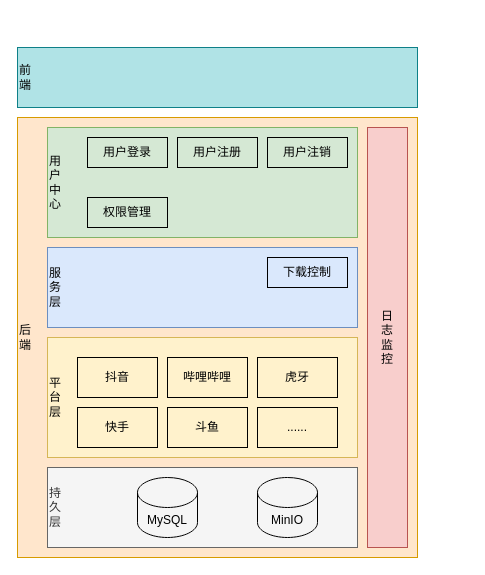
This is page "逻辑视图" (3 of 6) of docs/design/social_media_stream_downloader.drawio from WangYan-Good/SocialMediaStreamDownloader, a draw.io file, before an edit. Source tidied: cells renumbered, new cells numbered last; positions are measured from the earlier drawing's top-left corner, leaving out a move shared by most shapes. Both pictures are drawn from the tidied source at 100%, with x=0, y=0 at pixel (17, 47).
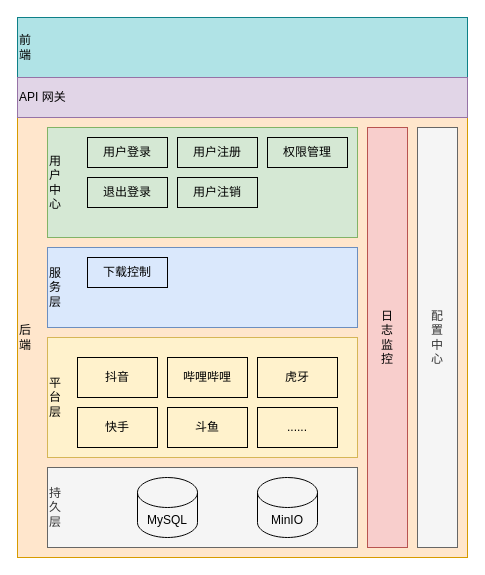
The same diagram, later.

What changed in the source:
```diff
@@
     <mxCell id="2" value="后&lt;br&gt;端" style="rounded=0;whiteSpace=wrap;html=1;fillColor=#ffe6cc;align=left;strokeColor=#d79b00;" parent="1" vertex="1">
-      <mxGeometry y="70" width="400" height="440" as="geometry" />
+      <mxGeometry y="70" width="450" height="440" as="geometry" />
     </mxCell>
@@
     <mxCell id="7" value="用户注销" style="rounded=0;whiteSpace=wrap;html=1;fillColor=none;align=center;" parent="1" vertex="1">
-      <mxGeometry x="250" y="90" width="80" height="30" as="geometry" />
+      <mxGeometry x="160" y="130" width="80" height="30" as="geometry" />
     </mxCell>
@@
     <mxCell id="9" value="前&lt;br&gt;端" style="rounded=0;whiteSpace=wrap;html=1;fillColor=#b0e3e6;align=left;strokeColor=#0e8088;" parent="1" vertex="1">
-      <mxGeometry width="400" height="60" as="geometry" />
+      <mxGeometry y="-30" width="450" height="60" as="geometry" />
     </mxCell>
@@
     <mxCell id="17" value="权限管理" style="rounded=0;whiteSpace=wrap;html=1;fillColor=none;align=center;" parent="1" vertex="1">
-      <mxGeometry x="70" y="150" width="80" height="30" as="geometry" />
+      <mxGeometry x="250" y="90" width="80" height="30" as="geometry" />
     </mxCell>
@@
     <mxCell id="21" value="下载控制" style="rounded=0;whiteSpace=wrap;html=1;fillColor=none;align=center;" parent="1" vertex="1">
-      <mxGeometry x="250" y="210" width="80" height="30" as="geometry" />
+      <mxGeometry x="70" y="210" width="80" height="30" as="geometry" />
     </mxCell>
+    <mxCell id="22" value="API 网关" style="rounded=0;whiteSpace=wrap;html=1;fillColor=#e1d5e7;align=left;strokeColor=#9673a6;" parent="1" vertex="1">
+      <mxGeometry y="30" width="450" height="40" as="geometry" />
+    </mxCell>
+    <mxCell id="23" value="配&lt;br&gt;置&lt;br&gt;中&lt;br&gt;心" style="rounded=0;whiteSpace=wrap;html=1;fillColor=#f5f5f5;align=center;strokeColor=#666666;fontColor=#333333;" parent="1" vertex="1">
+      <mxGeometry x="400" y="80" width="40" height="420" as="geometry" />
+    </mxCell>
+    <mxCell id="24" value="退出登录" style="rounded=0;whiteSpace=wrap;html=1;fillColor=none;align=center;" parent="1" vertex="1">
+      <mxGeometry x="70" y="130" width="80" height="30" as="geometry" />
+    </mxCell>
```
